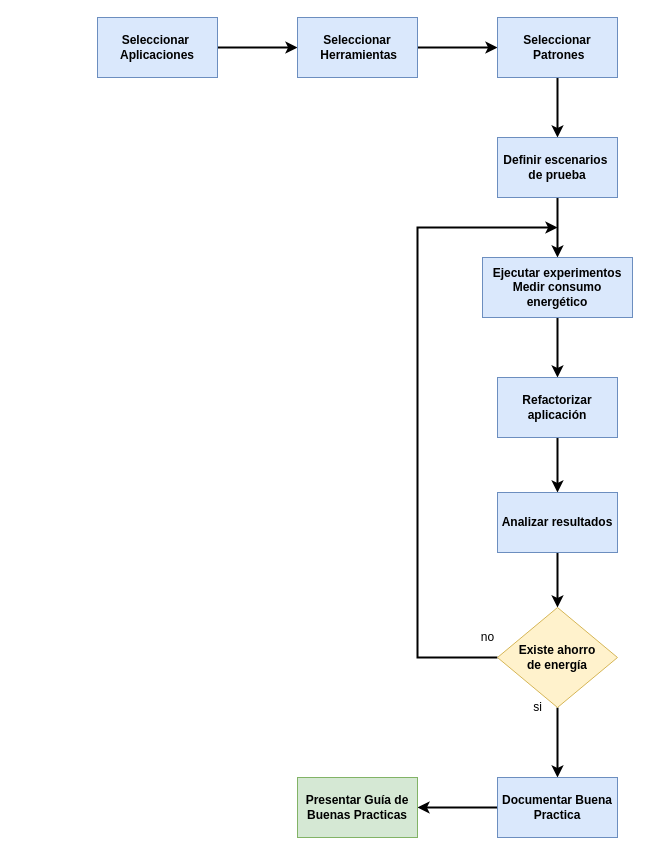
Before: Estrategia de trabajo.drawio in XimenaB01/AgendaDocente, a draw.io diagram. Source tidied: cells renumbered, new cells numbered last; positions are measured from the earlier drawing's top-left corner, leaving out a move shared by most shapes. Both pictures are drawn from the tidied source at 100%, with x=0, y=0 at pixel (97, 17).
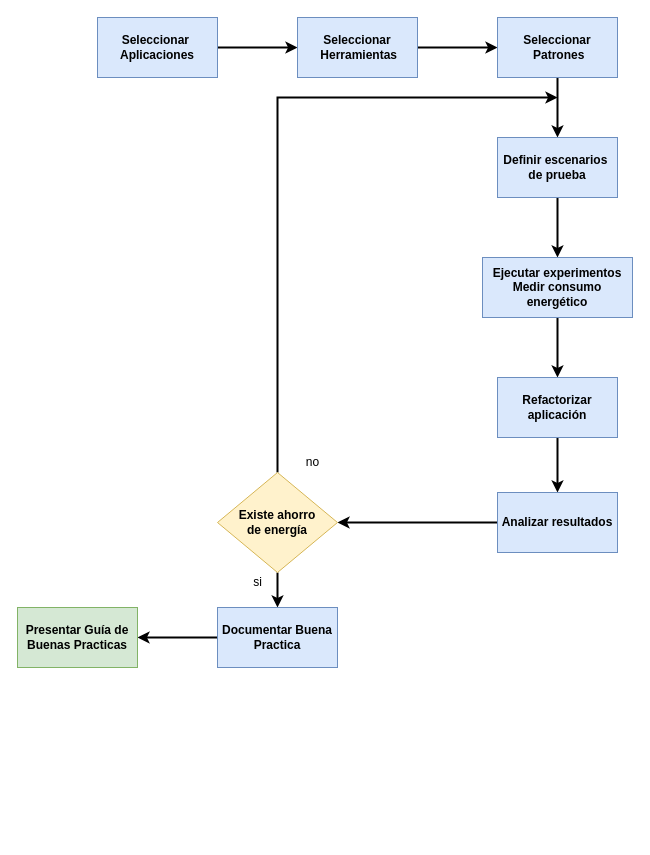
The same diagram, later.

Unchanged cells that the change refers to:
```xml
<mxCell id="15" value="&lt;b&gt;Analizar resultados&lt;/b&gt;" style="whiteSpace=wrap;html=1;fillColor=#dae8fc;strokeColor=#6c8ebf;rounded=0;" parent="1" vertex="1">
  <mxGeometry x="400" y="475" width="120" height="60" as="geometry" />
</mxCell>
```

The edit, as a diff of the source:
```diff
@@
-    <mxCell id="14" style="edgeStyle=orthogonalEdgeStyle;rounded=0;jettySize=auto;html=1;strokeWidth=2;" parent="1" edge="1" source="15" target="18">
+    <mxCell id="14" style="edgeStyle=orthogonalEdgeStyle;rounded=0;jettySize=auto;html=1;strokeWidth=2;exitX=0;exitY=0.5;exitDx=0;exitDy=0;" parent="1" edge="1" source="15" target="18">
       <mxGeometry relative="1" as="geometry" />
     </mxCell>
@@
-    <mxCell id="16" style="edgeStyle=orthogonalEdgeStyle;rounded=0;jettySize=auto;html=1;strokeWidth=2;" parent="1" edge="1" source="18">
+    <mxCell id="16" style="edgeStyle=orthogonalEdgeStyle;rounded=0;jettySize=auto;html=1;strokeWidth=2;exitX=0.5;exitY=0;exitDx=0;exitDy=0;" parent="1" edge="1" source="18">
       <mxGeometry relative="1" as="geometry">
-        <mxPoint x="460" y="210" as="targetPoint" />
+        <mxPoint x="460" y="80" as="targetPoint" />
         <Array as="points">
-          <mxPoint x="320" y="640" />
-          <mxPoint x="320" y="210" />
+          <mxPoint x="180" y="80" />
         </Array>
       </mxGeometry>
     </mxCell>
@@
     <mxCell id="18" value="&lt;b&gt;Existe ahorro de&amp;nbsp;energía&lt;/b&gt;" style="rhombus;whiteSpace=wrap;html=1;fillColor=#fff2cc;strokeColor=#d6b656;rounded=0;" parent="1" vertex="1">
-      <mxGeometry x="400" y="590" width="120" height="100" as="geometry" />
+      <mxGeometry x="120" y="455" width="120" height="100" as="geometry" />
     </mxCell>
     <mxCell id="19" value="no" style="text;html=1;align=center;verticalAlign=middle;strokeColor=none;fillColor=none;" parent="1" vertex="1">
-      <mxGeometry x="375" y="610" width="30" height="20" as="geometry" />
+      <mxGeometry x="200" y="435" width="30" height="20" as="geometry" />
     </mxCell>
@@
     <mxCell id="21" value="&lt;b&gt;Documentar Buena Practica&lt;/b&gt;" style="whiteSpace=wrap;html=1;fillColor=#dae8fc;strokeColor=#6c8ebf;rounded=0;" parent="1" vertex="1">
-      <mxGeometry x="400" y="760" width="120" height="60" as="geometry" />
+      <mxGeometry x="120" y="590" width="120" height="60" as="geometry" />
     </mxCell>
     <mxCell id="22" value="&lt;b&gt;Presentar Guía&amp;nbsp;de Buenas Practicas&lt;/b&gt;" style="whiteSpace=wrap;html=1;fillColor=#d5e8d4;strokeColor=#82b366;rounded=0;" parent="1" vertex="1">
-      <mxGeometry x="200" y="760" width="120" height="60" as="geometry" />
+      <mxGeometry x="-80" y="590" width="120" height="60" as="geometry" />
     </mxCell>
     <mxCell id="23" value="si" style="text;html=1;align=center;verticalAlign=middle;strokeColor=none;fillColor=none;" parent="1" vertex="1">
-      <mxGeometry x="430" y="680" width="20" height="20" as="geometry" />
+      <mxGeometry x="150" y="555" width="20" height="20" as="geometry" />
     </mxCell>
```
